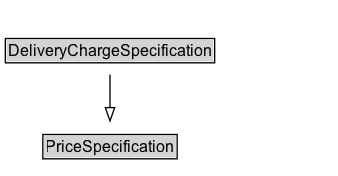
Earlier version of the Graphviz export docs/diagrams/DeliveryChargeSpecification.dot.png (k-vaughn/ontology-import-gr). Its source is kept beside it as docs/diagrams/DeliveryChargeSpecification.dot. Source of this version:
```dot
digraph {
	graph [overlap=false rankdir=TB splines=true]
	node [fontname=Arial fontsize=12 margin=0 shape=none]
	edge [fontname=Arial fontsize=11]
	DeliveryChargeSpecification [label=<<TABLE BORDER="1" CELLBORDER="0" CELLSPACING="0" CELLPADDING="1"><TR><TD BGCOLOR="lightgray" ALIGN="CENTER">DeliveryChargeSpecification</TD></TR></TABLE>> URL="../DeliveryChargeSpecification" margin=0]
	{
		rank=max
	}
	subgraph cluster_associated {
		label="" style=invis
		Invis [label=<<TABLE BORDER="0" CELLBORDER="0" CELLSPACING="0" CELLPADDING="1"><TR><TD></TD></TR></TABLE>> margin=0 style=invis]
	}
	PriceSpecification [label=<<TABLE BORDER="1" CELLBORDER="0" CELLSPACING="0" CELLPADDING="1"><TR><TD BGCOLOR="lightgray" ALIGN="CENTER">PriceSpecification</TD></TR></TABLE>> URL="../PriceSpecification" margin=0]
	DeliveryChargeSpecification -> PriceSpecification [arrowhead=onormal style=solid]
}
```
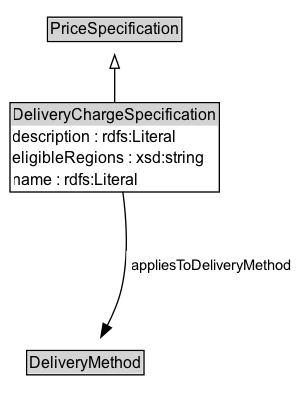
After the change.

The edit, as a diff of the source:
```diff
@@ -2,14 +2,22 @@
 	graph [overlap=false rankdir=TB splines=true]
 	node [fontname=Arial fontsize=12 margin=0 shape=none]
 	edge [fontname=Arial fontsize=11]
-	DeliveryChargeSpecification [label=<<TABLE BORDER="1" CELLBORDER="0" CELLSPACING="0" CELLPADDING="1"><TR><TD BGCOLOR="lightgray" ALIGN="CENTER">DeliveryChargeSpecification</TD></TR></TABLE>> URL="../DeliveryChargeSpecification" margin=0]
+	{
+		rank=source
+		PriceSpecification [label=<<TABLE BORDER="1" CELLBORDER="0" CELLSPACING="0" CELLPADDING="1"><TR><TD BGCOLOR="lightgray" ALIGN="CENTER">PriceSpecification</TD></TR></TABLE>> URL="../PriceSpecification" margin=0]
+	}
+	DeliveryChargeSpecification [label=<<TABLE BORDER="1" CELLBORDER="0" CELLSPACING="0" CELLPADDING="1"><TR><TD BGCOLOR="lightgray" ALIGN="CENTER">DeliveryChargeSpecification</TD></TR><TR><TD ALIGN="LEFT">description : rdfs:Literal</TD></TR><TR><TD ALIGN="LEFT">eligibleRegions : xsd:string</TD></TR><TR><TD ALIGN="LEFT">name : rdfs:Literal</TD></TR></TABLE>> URL="../DeliveryChargeSpecification" margin=0]
 	{
 		rank=max
 	}
 	subgraph cluster_associated {
 		label="" style=invis
 		Invis [label=<<TABLE BORDER="0" CELLBORDER="0" CELLSPACING="0" CELLPADDING="1"><TR><TD></TD></TR></TABLE>> margin=0 style=invis]
+		DeliveryMethod [label=<<TABLE BORDER="1" CELLBORDER="0" CELLSPACING="0" CELLPADDING="1"><TR><TD BGCOLOR="lightgray" ALIGN="CENTER">DeliveryMethod</TD></TR></TABLE>> URL="../DeliveryMethod" margin=0]
 	}
-	PriceSpecification [label=<<TABLE BORDER="1" CELLBORDER="0" CELLSPACING="0" CELLPADDING="1"><TR><TD BGCOLOR="lightgray" ALIGN="CENTER">PriceSpecification</TD></TR></TABLE>> URL="../PriceSpecification" margin=0]
 	DeliveryChargeSpecification -> PriceSpecification [arrowhead=onormal style=solid]
+	DeliveryChargeSpecification -> Invis [style=invis]
+	Invis -> DeliveryMethod [style=invis]
+	DeliveryMethod [label=<<TABLE BORDER="1" CELLBORDER="0" CELLSPACING="0" CELLPADDING="1"><TR><TD BGCOLOR="lightgray" ALIGN="CENTER">DeliveryMethod</TD></TR></TABLE>> URL="../DeliveryMethod" margin=0]
+	DeliveryChargeSpecification -> DeliveryMethod [label=<<TABLE BORDER="0" CELLBORDER="0" CELLSPACING="0" CELLPADDING="4" BGCOLOR="white"><TR><TD ALIGN="CENTER">appliesToDeliveryMethod</TD></TR></TABLE>> arrowhead=normal style=solid]
 }
```
